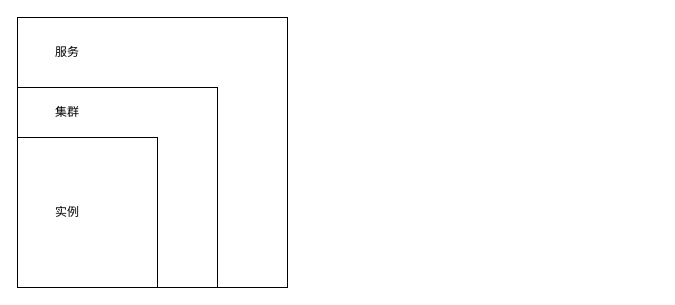
The draw.io diagram Nacos.drawio in wangXingRunning/weige.github.io, before the edit. Source tidied: cells renumbered, new cells numbered last; positions are measured from the earlier drawing's top-left corner, leaving out a move shared by most shapes. Both pictures are drawn from the tidied source at 100%, with x=0, y=0 at pixel (17, 17).
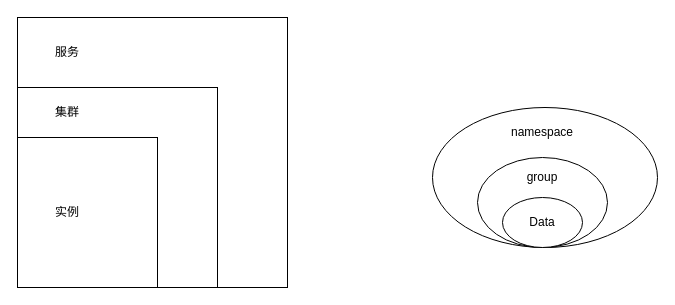
The same diagram, later.

What changed in the source:
```diff
@@
 <mxGraphModel>
   <root>
     <mxCell id="0" />
     <mxCell id="1" parent="0" />
     <mxCell id="2" style="whiteSpace=wrap;html=1;" parent="1" vertex="1">
       <mxGeometry width="270" height="270" as="geometry" />
     </mxCell>
     <mxCell id="3" style="whiteSpace=wrap;html=1;" parent="1" vertex="1">
       <mxGeometry y="70" width="200" height="200" as="geometry" />
     </mxCell>
     <mxCell id="4" style="rounded=0;whiteSpace=wrap;html=1;" parent="1" vertex="1">
       <mxGeometry y="120" width="140" height="150" as="geometry" />
     </mxCell>
     <mxCell id="5" value="服务" style="text;html=1;strokeColor=none;fillColor=none;align=center;verticalAlign=middle;whiteSpace=wrap;rounded=0;" parent="1" vertex="1">
       <mxGeometry x="20" y="20" width="60" height="30" as="geometry" />
     </mxCell>
     <mxCell id="6" value="集群" style="text;html=1;strokeColor=none;fillColor=none;align=center;verticalAlign=middle;whiteSpace=wrap;rounded=0;" parent="1" vertex="1">
       <mxGeometry x="20" y="80" width="60" height="30" as="geometry" />
     </mxCell>
     <mxCell id="7" value="实例" style="text;html=1;strokeColor=none;fillColor=none;align=center;verticalAlign=middle;whiteSpace=wrap;rounded=0;" parent="1" vertex="1">
       <mxGeometry x="20" y="180" width="60" height="30" as="geometry" />
     </mxCell>
+    <mxCell id="8" style="ellipse;whiteSpace=wrap;html=1;" parent="1" vertex="1">
+      <mxGeometry x="415" y="90" width="225" height="140" as="geometry" />
+    </mxCell>
+    <mxCell id="9" value="namespace" style="text;html=1;strokeColor=none;fillColor=none;align=center;verticalAlign=middle;whiteSpace=wrap;rounded=0;" parent="1" vertex="1">
+      <mxGeometry x="495" y="100" width="60" height="30" as="geometry" />
+    </mxCell>
+    <mxCell id="10" style="ellipse;whiteSpace=wrap;html=1;" parent="1" vertex="1">
+      <mxGeometry x="460" y="140" width="130" height="90" as="geometry" />
+    </mxCell>
+    <mxCell id="11" value="group" style="text;html=1;strokeColor=none;fillColor=none;align=center;verticalAlign=middle;whiteSpace=wrap;rounded=0;" parent="1" vertex="1">
+      <mxGeometry x="495" y="145" width="60" height="30" as="geometry" />
+    </mxCell>
+    <mxCell id="12" style="ellipse;whiteSpace=wrap;html=1;" parent="1" vertex="1">
+      <mxGeometry x="485" y="180" width="80" height="50" as="geometry" />
+    </mxCell>
+    <mxCell id="13" value="Data" style="text;html=1;strokeColor=none;fillColor=none;align=center;verticalAlign=middle;whiteSpace=wrap;rounded=0;" parent="1" vertex="1">
+      <mxGeometry x="495" y="190" width="60" height="30" as="geometry" />
+    </mxCell>
   </root>
 </mxGraphModel>
```
